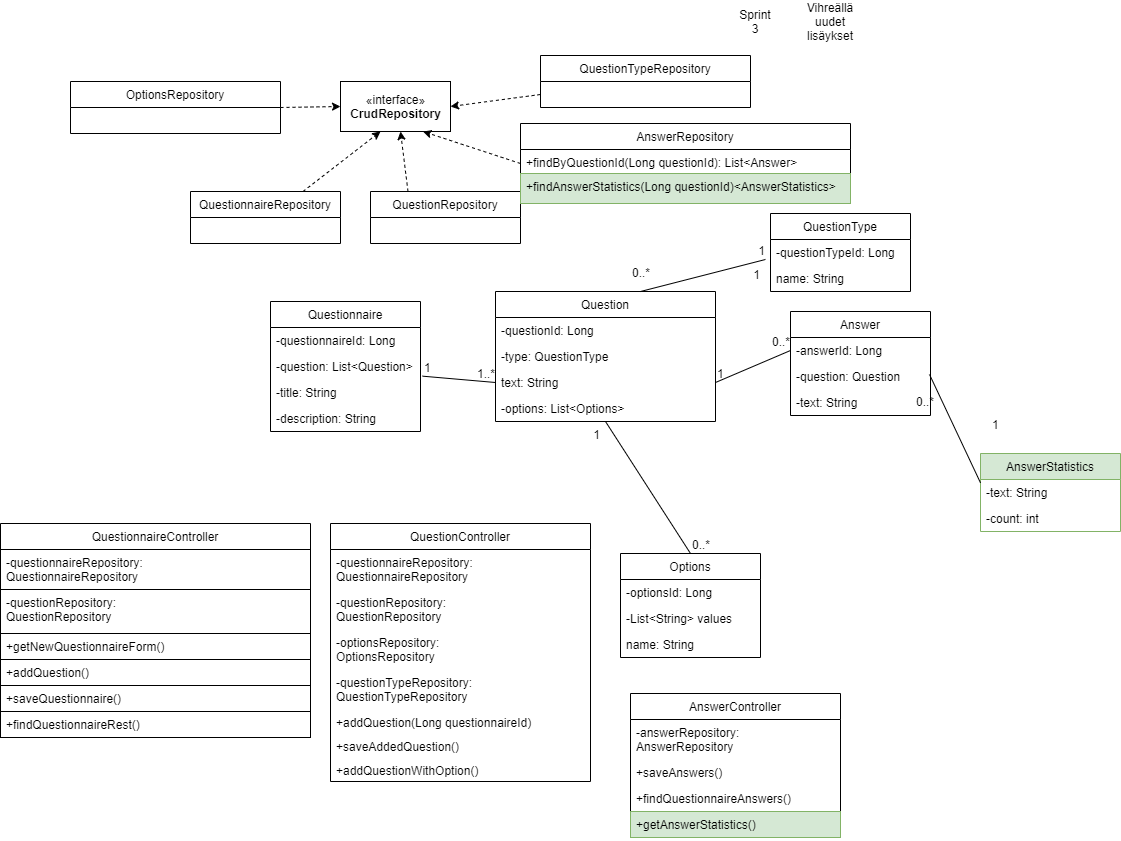
Earlier version of the draw.io export Kaaviot/javakaavio_sprint2.png (swd4tn022-3012a-team/kyselypalvelu-backend). Source tidied: cells renumbered, new cells last; positions are measured from the earlier drawing's top-left corner, leaving out a move shared by most shapes. Source of this version:
```xml
<mxGraphModel>
  <root>
    <mxCell id="0" />
    <mxCell id="1" parent="0" />
    <mxCell id="2" value="Question" style="swimlane;fontStyle=0;horizontal=1;startSize=26;fillColor=none;" parent="1" vertex="1">
      <mxGeometry x="495" y="280" width="220" height="130" as="geometry" />
    </mxCell>
    <mxCell id="3" value="-questionId: Long" style="text;strokeColor=none;fillColor=none;align=left;verticalAlign=top;spacingLeft=4;spacingRight=4;overflow=hidden;" parent="2" vertex="1">
      <mxGeometry y="26" width="220" height="26" as="geometry" />
    </mxCell>
    <mxCell id="4" value="-type: QuestionType" style="text;align=left;verticalAlign=top;spacingLeft=4;spacingRight=4;overflow=hidden;" parent="2" vertex="1">
      <mxGeometry y="52" width="220" height="26" as="geometry" />
    </mxCell>
    <mxCell id="5" value="text: String " style="text;strokeColor=none;fillColor=none;align=left;verticalAlign=top;spacingLeft=4;spacingRight=4;overflow=hidden;points=[[0,0.5],[1,0.5]];portConstraint=eastwest;" parent="2" vertex="1">
      <mxGeometry y="78" width="220" height="26" as="geometry" />
    </mxCell>
    <mxCell id="6" value="-options: List&lt;Options&gt;" style="text;align=left;verticalAlign=top;spacingLeft=4;spacingRight=4;overflow=hidden;" parent="2" vertex="1">
      <mxGeometry y="104" width="220" height="26" as="geometry" />
    </mxCell>
    <mxCell id="7" value="Questionnaire" style="swimlane;fontStyle=0;horizontal=1;startSize=26;fillColor=none;" parent="1" vertex="1">
      <mxGeometry x="270" y="290" width="150" height="130" as="geometry" />
    </mxCell>
    <mxCell id="8" value="-questionnaireId: Long" style="text;strokeColor=none;fillColor=none;align=left;verticalAlign=top;spacingLeft=4;spacingRight=4;overflow=hidden;" parent="7" vertex="1">
      <mxGeometry y="26" width="150" height="26" as="geometry" />
    </mxCell>
    <mxCell id="9" value="-question: List&lt;Question&gt;" style="text;strokeColor=none;fillColor=none;align=left;verticalAlign=top;spacingLeft=4;spacingRight=4;overflow=hidden;" parent="7" vertex="1">
      <mxGeometry y="52" width="150" height="26" as="geometry" />
    </mxCell>
    <mxCell id="10" value="-title: String" style="text;strokeColor=none;fillColor=none;align=left;verticalAlign=top;spacingLeft=4;spacingRight=4;overflow=hidden;points=[[0,0.5],[1,0.5]];portConstraint=eastwest;" parent="7" vertex="1">
      <mxGeometry y="78" width="150" height="26" as="geometry" />
    </mxCell>
    <mxCell id="11" value="-description: String" style="text;strokeColor=none;fillColor=none;align=left;verticalAlign=top;spacingLeft=4;spacingRight=4;overflow=hidden;" parent="7" vertex="1">
      <mxGeometry y="104" width="150" height="26" as="geometry" />
    </mxCell>
    <mxCell id="12" value="Answer" style="swimlane;fontStyle=0;horizontal=1;startSize=26;" parent="1" vertex="1">
      <mxGeometry x="790" y="300" width="140" height="104" as="geometry" />
    </mxCell>
    <mxCell id="13" value="-answerId: Long" style="text;align=left;verticalAlign=top;spacingLeft=4;spacingRight=4;overflow=hidden;points=[[0,0.5],[1,0.5]];portConstraint=eastwest;" parent="12" vertex="1">
      <mxGeometry y="26" width="140" height="26" as="geometry" />
    </mxCell>
    <mxCell id="14" value="-question: Question" style="text;align=left;verticalAlign=top;spacingLeft=4;spacingRight=4;overflow=hidden;points=[[0,0.5],[1,0.5]];portConstraint=eastwest;" parent="12" vertex="1">
      <mxGeometry y="52" width="140" height="26" as="geometry" />
    </mxCell>
    <mxCell id="15" value="-text: String" style="text;align=left;verticalAlign=top;spacingLeft=4;spacingRight=4;overflow=hidden;" parent="12" vertex="1">
      <mxGeometry y="78" width="140" height="26" as="geometry" />
    </mxCell>
    <mxCell id="16" style="endArrow=none;html=1;rounded=0;entryX=0;entryY=0.5;entryDx=0;entryDy=0;exitX=1.014;exitY=-0.128;exitDx=0;exitDy=0;exitPerimeter=0;" parent="1" edge="1" source="10" target="5">
      <mxGeometry relative="1" as="geometry" />
    </mxCell>
    <mxCell id="17" value="1" style="html=1;align=left;verticalAlign=bottom;" parent="16" vertex="1">
      <mxGeometry x="-1" relative="1" as="geometry" />
    </mxCell>
    <mxCell id="18" value="1..*" style="html=1;align=right;verticalAlign=bottom;" parent="16" vertex="1">
      <mxGeometry x="1" relative="1" as="geometry" />
    </mxCell>
    <mxCell id="19" style="endArrow=none;html=1;rounded=0;entryX=0;entryY=0.5;entryDx=0;entryDy=0;exitX=1;exitY=0.5;exitDx=0;exitDy=0;" parent="1" edge="1" source="5" target="13">
      <mxGeometry relative="1" as="geometry" />
    </mxCell>
    <mxCell id="20" value="1" style="html=1;align=left;verticalAlign=bottom;" parent="19" vertex="1">
      <mxGeometry x="-1" relative="1" as="geometry" />
    </mxCell>
    <mxCell id="21" value="0..*" style="html=1;align=right;verticalAlign=bottom;" parent="19" vertex="1">
      <mxGeometry x="1" relative="1" as="geometry" />
    </mxCell>
    <mxCell id="22" value="QuestionnaireRepository" style="swimlane;fontStyle=0;horizontal=1;startSize=26;fillColor=none;" parent="1" vertex="1">
      <mxGeometry x="190" y="180" width="150" height="52" as="geometry" />
    </mxCell>
    <mxCell id="23" value="QuestionRepository" style="swimlane;fontStyle=0;horizontal=1;startSize=26;fillColor=none;" parent="1" vertex="1">
      <mxGeometry x="370" y="180" width="150" height="52" as="geometry" />
    </mxCell>
    <mxCell id="24" style="endArrow=classic;html=1;dashed=1;exitX=0.75;exitY=0;exitDx=0;exitDy=0;" parent="1" edge="1" source="22">
      <mxGeometry relative="1" as="geometry">
        <mxPoint x="380" y="120" as="targetPoint" />
      </mxGeometry>
    </mxCell>
    <mxCell id="25" style="endArrow=classic;html=1;dashed=1;exitX=0.25;exitY=0;exitDx=0;exitDy=0;" parent="1" edge="1" source="23">
      <mxGeometry relative="1" as="geometry">
        <mxPoint x="400" y="120" as="targetPoint" />
      </mxGeometry>
    </mxCell>
    <mxCell id="26" value="QuestionnaireController" style="swimlane;fontStyle=0;horizontal=1;startSize=26;fillColor=none;" parent="1" vertex="1">
      <mxGeometry y="512" width="310" height="214" as="geometry" />
    </mxCell>
    <mxCell id="27" value="-questionnaireRepository: &#10;QuestionnaireRepository" style="text;align=left;verticalAlign=top;spacingLeft=4;spacingRight=4;overflow=hidden;strokeColor=#000000;" parent="26" vertex="1">
      <mxGeometry y="26" width="310" height="40" as="geometry" />
    </mxCell>
    <mxCell id="28" value="-questionRepository:&#10;QuestionRepository" style="text;align=left;verticalAlign=top;spacingLeft=4;spacingRight=4;overflow=hidden;strokeColor=#000000;" parent="26" vertex="1">
      <mxGeometry y="66" width="310" height="44" as="geometry" />
    </mxCell>
    <mxCell id="29" value="+getNewQuestionnaireForm()" style="text;align=left;verticalAlign=top;spacingLeft=4;spacingRight=4;overflow=hidden;strokeColor=#000000;" parent="26" vertex="1">
      <mxGeometry y="110" width="310" height="26" as="geometry" />
    </mxCell>
    <mxCell id="30" value="+addQuestion()" style="text;align=left;verticalAlign=top;spacingLeft=4;spacingRight=4;overflow=hidden;strokeColor=#000000;" parent="26" vertex="1">
      <mxGeometry y="136" width="310" height="26" as="geometry" />
    </mxCell>
    <mxCell id="31" value="+saveQuestionnaire()" style="text;align=left;verticalAlign=top;spacingLeft=4;spacingRight=4;overflow=hidden;strokeColor=#000000;" parent="26" vertex="1">
      <mxGeometry y="162" width="310" height="26" as="geometry" />
    </mxCell>
    <mxCell id="32" value="+findQuestionnaireRest()" style="text;align=left;verticalAlign=top;spacingLeft=4;spacingRight=4;overflow=hidden;strokeColor=#000000;" parent="26" vertex="1">
      <mxGeometry y="188" width="310" height="26" as="geometry" />
    </mxCell>
    <mxCell id="33" value="«interface»&lt;br&gt;&lt;b&gt;CrudRepository&lt;/b&gt;" style="html=1;" parent="1" vertex="1">
      <mxGeometry x="340" y="70" width="110" height="50" as="geometry" />
    </mxCell>
    <mxCell id="34" value="AnswerRepository" style="swimlane;fontStyle=0;horizontal=1;startSize=26;" parent="1" vertex="1">
      <mxGeometry x="520" y="112" width="330" height="80" as="geometry" />
    </mxCell>
    <mxCell id="35" value="+findByQuestionId(Long questionId): List&lt;Answer&gt; " style="text;align=left;verticalAlign=top;spacingLeft=4;spacingRight=4;overflow=hidden;" parent="34" vertex="1">
      <mxGeometry y="26" width="330" height="24" as="geometry" />
    </mxCell>
    <mxCell id="36" value="+findAnswerStatistics(Long questionId)&lt;AnswerStatistics&gt; " style="text;align=left;verticalAlign=top;spacingLeft=4;spacingRight=4;overflow=hidden;fillColor=#d5e8d4;strokeColor=#82b366;" parent="34" vertex="1">
      <mxGeometry y="50" width="330" height="30" as="geometry" />
    </mxCell>
    <mxCell id="37" style="endArrow=classic;html=1;dashed=1;exitX=0;exitY=0.5;exitDx=0;exitDy=0;entryX=0.75;entryY=1;entryDx=0;entryDy=0;" parent="1" edge="1" source="34" target="33">
      <mxGeometry relative="1" as="geometry" />
    </mxCell>
    <mxCell id="38" value="AnswerController" style="swimlane;fontStyle=0;horizontal=1;startSize=26;" parent="1" vertex="1">
      <mxGeometry x="630" y="682" width="210" height="144" as="geometry" />
    </mxCell>
    <mxCell id="39" value="-answerRepository: &#10;AnswerRepository" style="text;align=left;verticalAlign=top;spacingLeft=4;spacingRight=4;overflow=hidden;" parent="38" vertex="1">
      <mxGeometry y="26" width="210" height="40" as="geometry" />
    </mxCell>
    <mxCell id="40" value="+saveAnswers()&#10;" style="text;align=left;verticalAlign=top;spacingLeft=4;spacingRight=4;overflow=hidden;" parent="38" vertex="1">
      <mxGeometry y="66" width="210" height="26" as="geometry" />
    </mxCell>
    <mxCell id="41" value="+findQuestionnaireAnswers()&#10;" style="text;align=left;verticalAlign=top;spacingLeft=4;spacingRight=4;overflow=hidden;" parent="38" vertex="1">
      <mxGeometry y="92" width="210" height="26" as="geometry" />
    </mxCell>
    <mxCell id="42" value="+getAnswerStatistics()&#10;" style="text;align=left;verticalAlign=top;spacingLeft=4;spacingRight=4;overflow=hidden;fillColor=#d5e8d4;strokeColor=#82b366;" parent="38" vertex="1">
      <mxGeometry y="118" width="210" height="26" as="geometry" />
    </mxCell>
    <mxCell id="43" value="Vihreällä uudet lisäykset" style="text;html=1;strokeColor=none;fillColor=none;align=center;verticalAlign=middle;whiteSpace=wrap;rounded=0;" parent="1" vertex="1">
      <mxGeometry x="810" width="40" height="20" as="geometry" />
    </mxCell>
    <mxCell id="44" value="Options" style="swimlane;fontStyle=0;horizontal=1;startSize=26;" parent="1" vertex="1">
      <mxGeometry x="620" y="542" width="140" height="104" as="geometry" />
    </mxCell>
    <mxCell id="45" value="-optionsId: Long" style="text;strokeColor=none;fillColor=none;align=left;verticalAlign=top;spacingLeft=4;spacingRight=4;overflow=hidden;" parent="44" vertex="1">
      <mxGeometry y="26" width="140" height="26" as="geometry" />
    </mxCell>
    <mxCell id="46" value="-List&lt;String&gt; values" style="text;strokeColor=none;fillColor=none;align=left;verticalAlign=top;spacingLeft=4;spacingRight=4;overflow=hidden;" parent="44" vertex="1">
      <mxGeometry y="52" width="140" height="26" as="geometry" />
    </mxCell>
    <mxCell id="47" value="name: String " style="text;strokeColor=none;fillColor=none;align=left;verticalAlign=top;spacingLeft=4;spacingRight=4;overflow=hidden;" parent="44" vertex="1">
      <mxGeometry y="78" width="140" height="26" as="geometry" />
    </mxCell>
    <mxCell id="48" style="endArrow=none;html=1;rounded=0;entryX=-0.036;entryY=0.769;entryDx=0;entryDy=0;exitX=1;exitY=0.5;exitDx=0;exitDy=0;entryPerimeter=0;" parent="1" edge="1" target="65">
      <mxGeometry relative="1" as="geometry">
        <mxPoint x="640" y="280" as="sourcePoint" />
      </mxGeometry>
    </mxCell>
    <mxCell id="49" value="0..*" style="html=1;align=left;verticalAlign=bottom;" parent="48" vertex="1">
      <mxGeometry x="-1" relative="1" as="geometry">
        <mxPoint x="-10" y="-10" as="offset" />
      </mxGeometry>
    </mxCell>
    <mxCell id="50" value="1" style="html=1;align=right;verticalAlign=bottom;" parent="48" vertex="1">
      <mxGeometry x="1" relative="1" as="geometry" />
    </mxCell>
    <mxCell id="51" value="QuestionController" style="swimlane;fontStyle=0;horizontal=1;startSize=26;" parent="1" vertex="1">
      <mxGeometry x="330" y="512" width="260" height="258" as="geometry" />
    </mxCell>
    <mxCell id="52" value="-questionnaireRepository: &#10;QuestionnaireRepository" style="text;align=left;verticalAlign=top;spacingLeft=4;spacingRight=4;overflow=hidden;" parent="51" vertex="1">
      <mxGeometry y="26" width="260" height="40" as="geometry" />
    </mxCell>
    <mxCell id="53" value="-questionRepository: &#10;QuestionRepository" style="text;align=left;verticalAlign=top;spacingLeft=4;spacingRight=4;overflow=hidden;" parent="51" vertex="1">
      <mxGeometry y="66" width="260" height="40" as="geometry" />
    </mxCell>
    <mxCell id="54" value="-optionsRepository: &#10;OptionsRepository" style="text;align=left;verticalAlign=top;spacingLeft=4;spacingRight=4;overflow=hidden;" parent="51" vertex="1">
      <mxGeometry y="106" width="260" height="40" as="geometry" />
    </mxCell>
    <mxCell id="55" value="-questionTypeRepository: &#10;QuestionTypeRepository" style="text;align=left;verticalAlign=top;spacingLeft=4;spacingRight=4;overflow=hidden;" parent="51" vertex="1">
      <mxGeometry y="146" width="260" height="40" as="geometry" />
    </mxCell>
    <mxCell id="56" value="+addQuestion(Long questionnaireId)" style="text;align=left;verticalAlign=top;spacingLeft=4;spacingRight=4;overflow=hidden;" parent="51" vertex="1">
      <mxGeometry y="186" width="260" height="24" as="geometry" />
    </mxCell>
    <mxCell id="57" value="+saveAddedQuestion()" style="text;align=left;verticalAlign=top;spacingLeft=4;spacingRight=4;overflow=hidden;" parent="51" vertex="1">
      <mxGeometry y="210" width="260" height="24" as="geometry" />
    </mxCell>
    <mxCell id="58" value="+addQuestionWithOption()" style="text;align=left;verticalAlign=top;spacingLeft=4;spacingRight=4;overflow=hidden;" parent="51" vertex="1">
      <mxGeometry y="234" width="260" height="24" as="geometry" />
    </mxCell>
    <mxCell id="59" value="Sprint 3" style="text;html=1;strokeColor=none;fillColor=none;align=center;verticalAlign=middle;whiteSpace=wrap;rounded=0;" parent="1" vertex="1">
      <mxGeometry x="735" width="40" height="20" as="geometry" />
    </mxCell>
    <mxCell id="60" value="QuestionTypeRepository" style="swimlane;fontStyle=0;horizontal=1;startSize=26;fillColor=#FFFFFF;" parent="1" vertex="1">
      <mxGeometry x="540" y="44" width="210" height="52" as="geometry" />
    </mxCell>
    <mxCell id="61" style="endArrow=classic;html=1;dashed=1;exitX=0;exitY=0.75;exitDx=0;exitDy=0;entryX=1;entryY=0.5;entryDx=0;entryDy=0;" parent="1" edge="1" source="60" target="33">
      <mxGeometry relative="1" as="geometry" />
    </mxCell>
    <mxCell id="62" value="OptionsRepository" style="swimlane;fontStyle=0;horizontal=1;startSize=26;" parent="1" vertex="1">
      <mxGeometry x="70" y="70" width="210" height="52" as="geometry" />
    </mxCell>
    <mxCell id="63" style="endArrow=classic;html=1;dashed=1;exitX=1;exitY=0.5;exitDx=0;exitDy=0;entryX=0;entryY=0.5;entryDx=0;entryDy=0;" parent="1" edge="1" source="62" target="33">
      <mxGeometry relative="1" as="geometry" />
    </mxCell>
    <mxCell id="64" value="QuestionType" style="swimlane;fontStyle=0;horizontal=1;startSize=26;" parent="1" vertex="1">
      <mxGeometry x="770" y="202" width="140" height="78" as="geometry" />
    </mxCell>
    <mxCell id="65" value="-questionTypeId: Long" style="text;strokeColor=none;fillColor=none;align=left;verticalAlign=top;spacingLeft=4;spacingRight=4;overflow=hidden;points=[[0,0.5],[1,0.5]];portConstraint=eastwest;" parent="64" vertex="1">
      <mxGeometry y="26" width="140" height="26" as="geometry" />
    </mxCell>
    <mxCell id="66" value="name: String " style="text;strokeColor=none;fillColor=none;align=left;verticalAlign=top;spacingLeft=4;spacingRight=4;overflow=hidden;" parent="64" vertex="1">
      <mxGeometry y="52" width="140" height="26" as="geometry" />
    </mxCell>
    <mxCell id="67" value="1" style="html=1;align=right;verticalAlign=bottom;" parent="1" vertex="1">
      <mxGeometry x="760" y="272" as="geometry" />
    </mxCell>
    <mxCell id="68" style="endArrow=none;html=1;rounded=0;exitX=0.5;exitY=0;exitDx=0;exitDy=0;entryX=0.5;entryY=1;entryDx=0;entryDy=0;" parent="1" edge="1" source="44" target="2">
      <mxGeometry relative="1" as="geometry" />
    </mxCell>
    <mxCell id="69" value="0..*" style="html=1;align=left;verticalAlign=bottom;" parent="68" vertex="1">
      <mxGeometry x="-1" relative="1" as="geometry" />
    </mxCell>
    <mxCell id="70" value="1" style="html=1;align=right;verticalAlign=bottom;" parent="68" vertex="1">
      <mxGeometry x="1" relative="1" as="geometry">
        <mxPoint x="-5.1" y="21.9" as="offset" />
      </mxGeometry>
    </mxCell>
    <mxCell id="71" value="AnswerStatistics" style="swimlane;fontStyle=0;horizontal=1;startSize=26;fillColor=#d5e8d4;strokeColor=#82b366;" parent="1" vertex="1">
      <mxGeometry x="980" y="442" width="140" height="78" as="geometry" />
    </mxCell>
    <mxCell id="72" value="-text: String" style="text;align=left;verticalAlign=top;spacingLeft=4;spacingRight=4;overflow=hidden;points=[[0,0.5],[1,0.5]];portConstraint=eastwest;" parent="71" vertex="1">
      <mxGeometry y="26" width="140" height="26" as="geometry" />
    </mxCell>
    <mxCell id="73" value="-count: int" style="text;align=left;verticalAlign=top;spacingLeft=4;spacingRight=4;overflow=hidden;" parent="71" vertex="1">
      <mxGeometry y="52" width="140" height="26" as="geometry" />
    </mxCell>
    <mxCell id="74" style="endArrow=none;html=1;rounded=0;exitX=0.993;exitY=0.423;exitDx=0;exitDy=0;exitPerimeter=0;entryX=0;entryY=0.128;entryDx=0;entryDy=0;entryPerimeter=0;" parent="1" edge="1" source="14" target="72">
      <mxGeometry relative="1" as="geometry" />
    </mxCell>
    <mxCell id="75" value="1" style="html=1;align=left;verticalAlign=bottom;" parent="74" vertex="1">
      <mxGeometry x="-1" relative="1" as="geometry">
        <mxPoint x="61" y="59" as="offset" />
      </mxGeometry>
    </mxCell>
    <mxCell id="76" value="0..*" style="html=1;align=right;verticalAlign=bottom;" parent="74" vertex="1">
      <mxGeometry x="1" relative="1" as="geometry">
        <mxPoint x="-46.3" y="-72.3" as="offset" />
      </mxGeometry>
    </mxCell>
  </root>
</mxGraphModel>
```
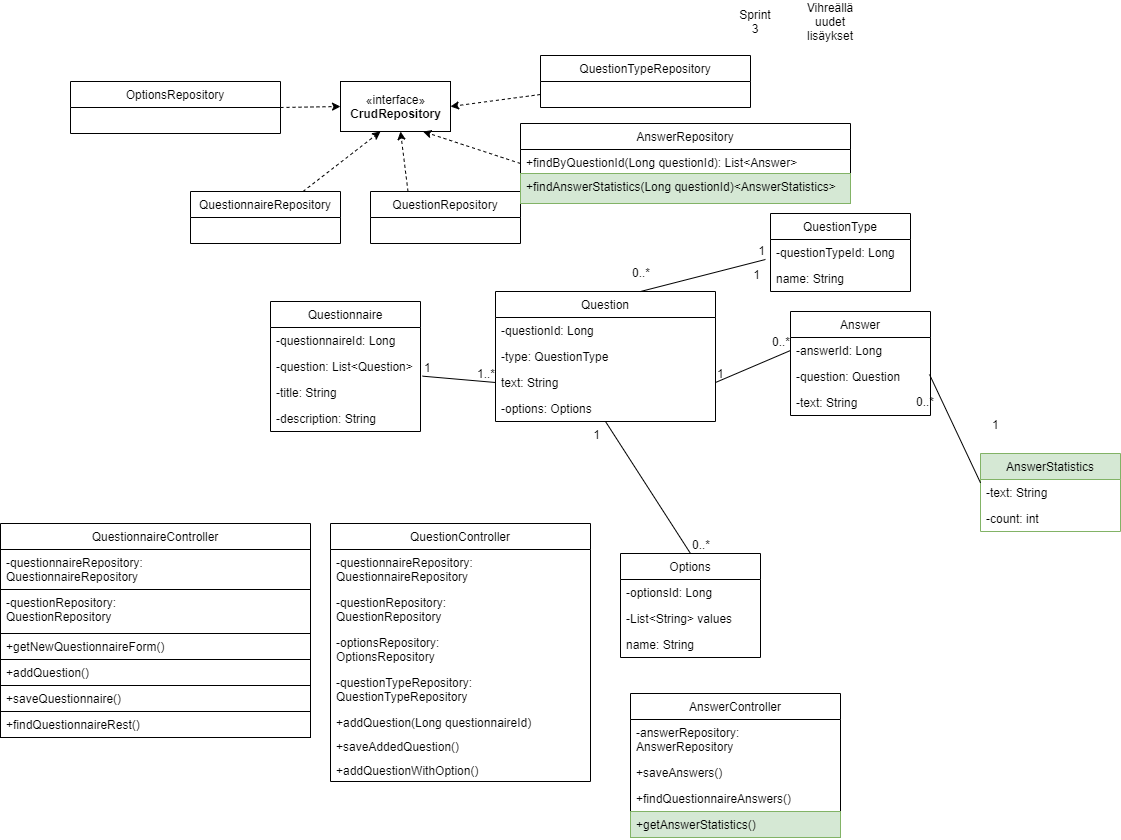
The same file after the commit.

Commit message:
Modify Java-diagram

The edit, as a diff of the source:
```diff
@@ -14,7 +14,7 @@
     <mxCell id="5" value="text: String " style="text;strokeColor=none;fillColor=none;align=left;verticalAlign=top;spacingLeft=4;spacingRight=4;overflow=hidden;points=[[0,0.5],[1,0.5]];portConstraint=eastwest;" parent="2" vertex="1">
       <mxGeometry y="78" width="220" height="26" as="geometry" />
     </mxCell>
-    <mxCell id="6" value="-options: List&lt;Options&gt;" style="text;align=left;verticalAlign=top;spacingLeft=4;spacingRight=4;overflow=hidden;" parent="2" vertex="1">
+    <mxCell id="6" value="-options: Options" style="text;align=left;verticalAlign=top;spacingLeft=4;spacingRight=4;overflow=hidden;" parent="2" vertex="1">
       <mxGeometry y="104" width="220" height="26" as="geometry" />
     </mxCell>
     <mxCell id="7" value="Questionnaire" style="swimlane;fontStyle=0;horizontal=1;startSize=26;fillColor=none;" parent="1" vertex="1">
```
